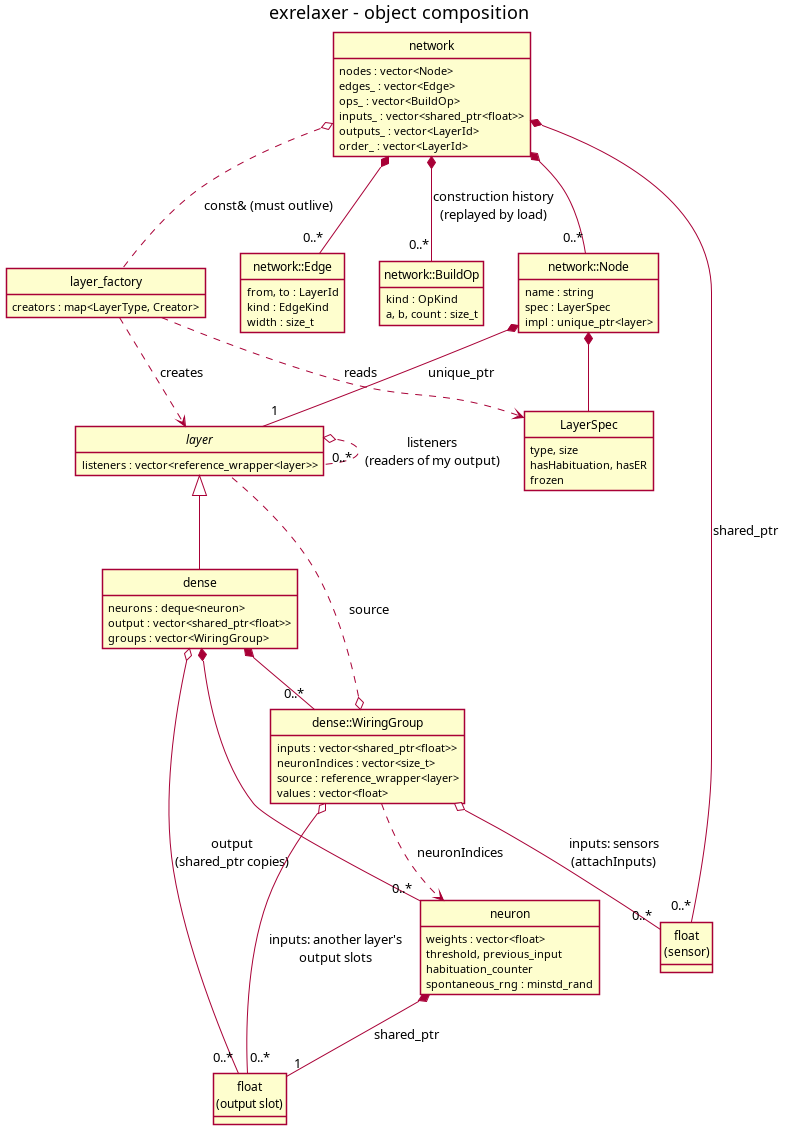
The PlantUML diagram doc/diagrams/composition.png in arielkonopka/exRelaxer, before a commit. Its source is kept beside it as doc/diagrams/composition.puml.
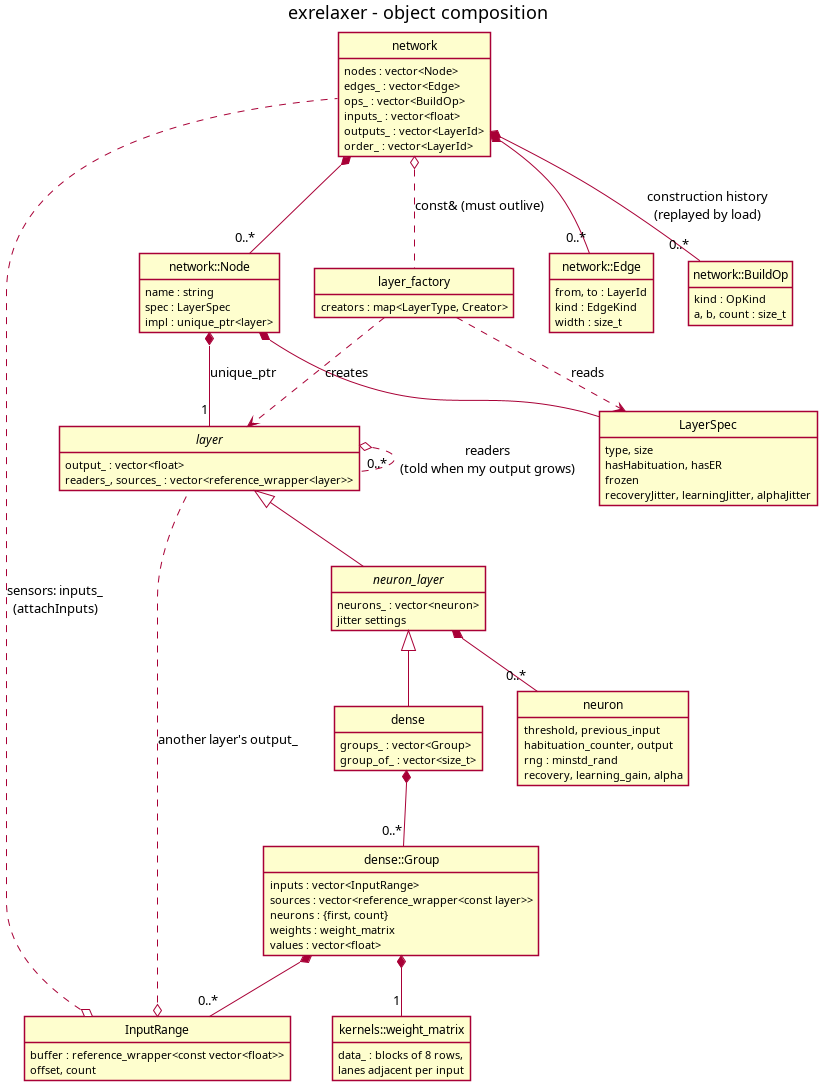
After the commit.

The edit, as a diff of the source:
```diff
@@ -11,7 +11,7 @@
   nodes : vector<Node>
   edges_ : vector<Edge>
   ops_ : vector<BuildOp>
-  inputs_ : vector<shared_ptr<float>>
+  inputs_ : vector<float>
   outputs_ : vector<LayerId>
   order_ : vector<LayerId>
 }
@@ -45,53 +45,61 @@
 }
 
 abstract class layer {
-  listeners : vector<reference_wrapper<layer>>
+  output_ : vector<float>
+  readers_, sources_ : vector<reference_wrapper<layer>>
+}
+
+abstract class neuron_layer {
+  neurons_ : vector<neuron>
+  jitter settings
 }
 
 class dense {
-  neurons : deque<neuron>
-  output : vector<shared_ptr<float>>
-  groups : vector<WiringGroup>
+  groups_ : vector<Group>
+  group_of_ : vector<size_t>
 }
 
-class "dense::WiringGroup" as WiringGroup {
-  inputs : vector<shared_ptr<float>>
-  neuronIndices : vector<size_t>
-  source : reference_wrapper<layer>
+class "dense::Group" as Group {
+  inputs : vector<InputRange>
+  sources : vector<reference_wrapper<const layer>>
+  neurons : {first, count}
+  weights : weight_matrix
   values : vector<float>
 }
 
+class "kernels::weight_matrix" as weight_matrix {
+  data_ : blocks of 8 rows,\nlanes adjacent per input
+}
+
 class neuron {
-  weights : vector<float>
   threshold, previous_input
-  habituation_counter
-  spontaneous_rng : minstd_rand
+  habituation_counter, output
+  rng : minstd_rand
   recovery, learning_gain, alpha
 }
 
-class "float\n(output slot)" as Slot
-class "float\n(sensor)" as Sensor
+class "InputRange" as Range {
+  buffer : reference_wrapper<const vector<float>>
+  offset, count
+}
 
 network *-- "0..*" Node
 network *-- "0..*" Edge
 network *-- "0..*" BuildOp : construction history\n(replayed by load)
-network *-- "0..*" Sensor : shared_ptr
 network o.. layer_factory : const& (must outlive)
 Node *-- LayerSpec
 Node *-- "1" layer : unique_ptr
 
-layer <|-- dense
-layer o.. "0..*" layer : listeners\n(readers of my output)
+layer <|-- neuron_layer
+neuron_layer <|-- dense
+layer o.. "0..*" layer : readers\n(told when my output grows)
 
-dense *-- "0..*" neuron
-dense *-- "0..*" WiringGroup
-dense o-- "0..*" Slot : output\n(shared_ptr copies)
-neuron *-- "1" Slot : shared_ptr
-
-WiringGroup o.. layer : source
-WiringGroup o-- "0..*" Slot : inputs: another layer's\noutput slots
-WiringGroup o-- "0..*" Sensor : inputs: sensors\n(attachInputs)
-WiringGroup ..> neuron : neuronIndices
+neuron_layer *-- "0..*" neuron
+dense *-- "0..*" Group
+Group *-- "1" weight_matrix
+Group *-- "0..*" Range
+Range o.. layer : another layer's output_
+Range o.. network : sensors: inputs_\n(attachInputs)
 
 layer_factory ..> layer : creates
 layer_factory ..> LayerSpec : reads
```
